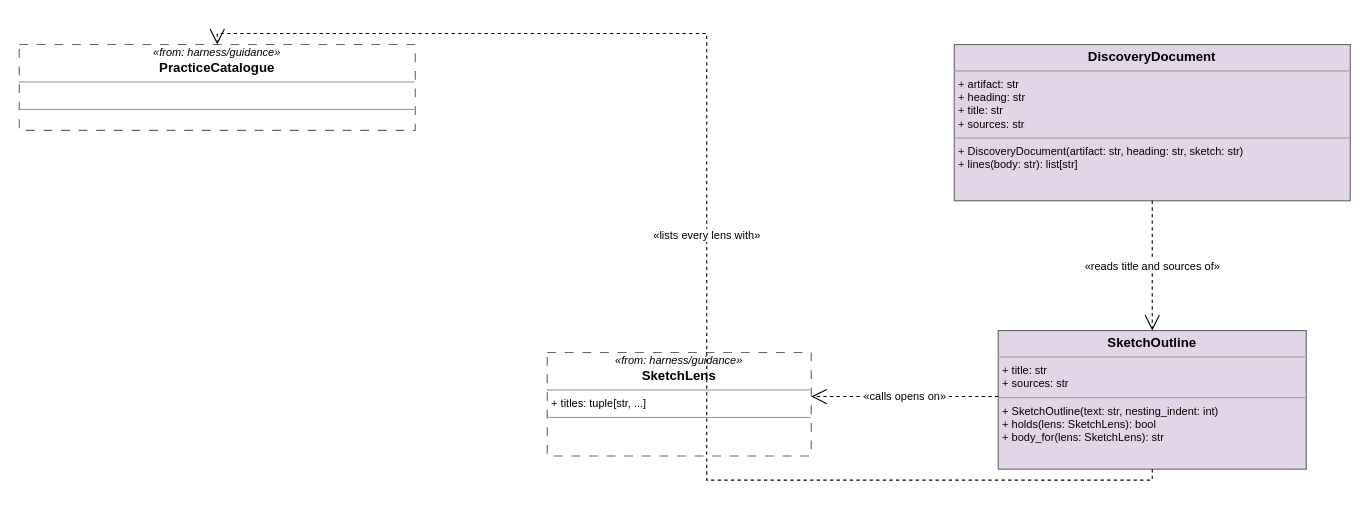
Before: page "cdd_guidance/practices/sketch_document" (21 of 30) of .context/model/repo-model.drawio in abd-works/abd-context-driven-delivery, a draw.io diagram. Source tidied: cells renumbered, new cells numbered last; positions are measured from the earlier drawing's top-left corner, leaving out a move shared by most shapes. Both pictures are drawn from the tidied source at 110%, with x=0, y=0 at pixel (19, 44).
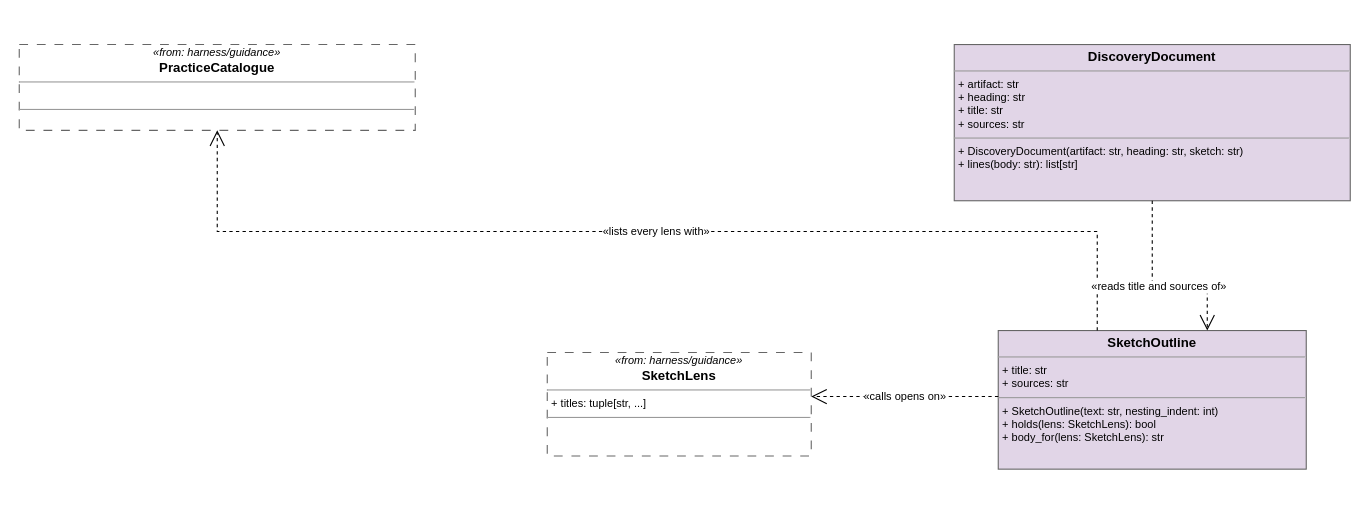
After the change.

The edit, as a diff of the source:
```diff
@@
 <mxGraphModel>
   <root>
     <mxCell id="0" />
     <mxCell id="1" parent="0" />
     <mxCell id="2" value="&lt;p style=&quot;margin:0px;margin-top:2px;text-align:center;font-size:10px;&quot;&gt;&lt;i&gt;«from: harness/guidance»&lt;/i&gt;&lt;/p&gt;&lt;p style=&quot;margin:0px;text-align:center;&quot;&gt;&lt;b&gt;SketchLens&lt;/b&gt;&lt;/p&gt;&lt;hr size=&quot;1&quot;/&gt;&lt;p style=&quot;margin:0px;margin-left:4px;font-size:10px;&quot;&gt;+ titles: tuple[str, ...]&lt;br/&gt;&lt;/p&gt;&lt;hr size=&quot;1&quot;/&gt;&lt;p style=&quot;margin:0px;margin-left:4px;font-size:10px;&quot;&gt;&lt;br/&gt;&lt;/p&gt;" style="verticalAlign=top;align=left;overflow=fill;fontSize=12;fontFamily=Helvetica;html=1;whiteSpace=wrap;dashed=1;dashPattern=8 8;strokeColor=#666666;" parent="1" vertex="1">
       <mxGeometry x="480" y="280" width="240" height="94" as="geometry" />
     </mxCell>
     <mxCell id="3" value="&lt;p style=&quot;margin:0px;margin-top:2px;text-align:center;font-size:10px;&quot;&gt;&lt;i&gt;«from: harness/guidance»&lt;/i&gt;&lt;/p&gt;&lt;p style=&quot;margin:0px;text-align:center;&quot;&gt;&lt;b&gt;PracticeCatalogue&lt;/b&gt;&lt;/p&gt;&lt;hr size=&quot;1&quot;/&gt;&lt;p style=&quot;margin:0px;margin-left:4px;font-size:10px;&quot;&gt;&lt;br/&gt;&lt;/p&gt;&lt;hr size=&quot;1&quot;/&gt;&lt;p style=&quot;margin:0px;margin-left:4px;font-size:10px;&quot;&gt;&lt;br/&gt;&lt;/p&gt;" style="verticalAlign=top;align=left;overflow=fill;fontSize=12;fontFamily=Helvetica;html=1;whiteSpace=wrap;dashed=1;dashPattern=8 8;strokeColor=#666666;" parent="1" vertex="1">
       <mxGeometry width="360" height="78" as="geometry" />
     </mxCell>
     <mxCell id="4" value="&lt;p style=&quot;margin:0px;margin-top:4px;text-align:center;&quot;&gt;&lt;b&gt;SketchOutline&lt;/b&gt;&lt;/p&gt;&lt;hr size=&quot;1&quot;/&gt;&lt;p style=&quot;margin:0px;margin-left:4px;font-size:10px;&quot;&gt;+ title: str&lt;br/&gt;+ sources: str&lt;br/&gt;&lt;/p&gt;&lt;hr size=&quot;1&quot;/&gt;&lt;p style=&quot;margin:0px;margin-left:4px;font-size:10px;&quot;&gt;+ SketchOutline(text: str, nesting_indent: int)&lt;br/&gt;+ holds(lens: SketchLens): bool&lt;br/&gt;+ body_for(lens: SketchLens): str&lt;br/&gt;&lt;/p&gt;" style="verticalAlign=top;align=left;overflow=fill;fontSize=12;fontFamily=Helvetica;html=1;whiteSpace=wrap;fillColor=#e1d5e7;strokeColor=#666666;module=cdd_guidance/practices/sketch_document;" parent="1" vertex="1">
       <mxGeometry x="890" y="260" width="280" height="126" as="geometry" />
     </mxCell>
     <mxCell id="5" value="&lt;p style=&quot;margin:0px;margin-top:4px;text-align:center;&quot;&gt;&lt;b&gt;DiscoveryDocument&lt;/b&gt;&lt;/p&gt;&lt;hr size=&quot;1&quot;/&gt;&lt;p style=&quot;margin:0px;margin-left:4px;font-size:10px;&quot;&gt;+ artifact: str&lt;br/&gt;+ heading: str&lt;br/&gt;+ title: str&lt;br/&gt;+ sources: str&lt;br/&gt;&lt;/p&gt;&lt;hr size=&quot;1&quot;/&gt;&lt;p style=&quot;margin:0px;margin-left:4px;font-size:10px;&quot;&gt;+ DiscoveryDocument(artifact: str, heading: str, sketch: str)&lt;br/&gt;+ lines(body: str): list[str]&lt;br/&gt;&lt;/p&gt;" style="verticalAlign=top;align=left;overflow=fill;fontSize=12;fontFamily=Helvetica;html=1;whiteSpace=wrap;fillColor=#e1d5e7;strokeColor=#666666;module=cdd_guidance/practices/sketch_document;" parent="1" vertex="1">
       <mxGeometry x="850" width="360" height="142" as="geometry" />
     </mxCell>
-    <mxCell id="6" value="«lists every lens with»" style="edgeStyle=orthogonalEdgeStyle;rounded=0;html=1;fontSize=10;labelBackgroundColor=#ffffff;dashed=1;endArrow=open;endSize=12;exitX=0.5;exitY=1.0;exitDx=0;exitDy=0;exitPerimeter=0;entryX=0.5;entryY=0.0;entryDx=0;entryDy=0;entryPerimeter=0;" parent="1" edge="1" source="4" target="3">
-      <mxGeometry relative="1" as="geometry" />
+    <mxCell id="6" value="«lists every lens with»" style="edgeStyle=orthogonalEdgeStyle;rounded=0;html=1;fontSize=10;labelBackgroundColor=#ffffff;dashed=1;endArrow=open;endSize=12;exitX=0.3214;exitY=0.0;exitDx=0;exitDy=0;exitPerimeter=0;entryX=0.5;entryY=1.0;entryDx=0;entryDy=0;entryPerimeter=0;" parent="1" edge="1" source="4" target="3">
+      <mxGeometry relative="1" as="geometry">
+        <Array as="points">
+          <mxPoint x="980" y="170" />
+          <mxPoint x="180" y="170" />
+        </Array>
+      </mxGeometry>
     </mxCell>
     <mxCell id="7" value="«calls opens on»" style="edgeStyle=orthogonalEdgeStyle;rounded=0;html=1;fontSize=10;labelBackgroundColor=#ffffff;dashed=1;endArrow=open;endSize=12;exitX=0.0;exitY=0.4762;exitDx=0;exitDy=0;exitPerimeter=0;entryX=1.0;entryY=0.4255;entryDx=0;entryDy=0;entryPerimeter=0;" parent="1" edge="1" source="4" target="2">
       <mxGeometry relative="1" as="geometry" />
     </mxCell>
-    <mxCell id="8" value="«reads title and sources of»" style="edgeStyle=orthogonalEdgeStyle;rounded=0;html=1;fontSize=10;labelBackgroundColor=#ffffff;dashed=1;endArrow=open;endSize=12;exitX=0.5;exitY=1.0;exitDx=0;exitDy=0;exitPerimeter=0;entryX=0.5;entryY=0.0;entryDx=0;entryDy=0;entryPerimeter=0;" parent="1" edge="1" source="5" target="4">
-      <mxGeometry relative="1" as="geometry" />
+    <mxCell id="8" value="«reads title and sources of»" style="edgeStyle=orthogonalEdgeStyle;rounded=0;html=1;fontSize=10;labelBackgroundColor=#ffffff;dashed=1;endArrow=open;endSize=12;exitX=0.5;exitY=1.0;exitDx=0;exitDy=0;exitPerimeter=0;entryX=0.6786;entryY=0.0;entryDx=0;entryDy=0;entryPerimeter=0;" parent="1" edge="1" source="5" target="4">
+      <mxGeometry relative="1" as="geometry">
+        <Array as="points">
+          <mxPoint x="1030" y="220" />
+          <mxPoint x="1080" y="220" />
+        </Array>
+      </mxGeometry>
     </mxCell>
   </root>
 </mxGraphModel>
```
